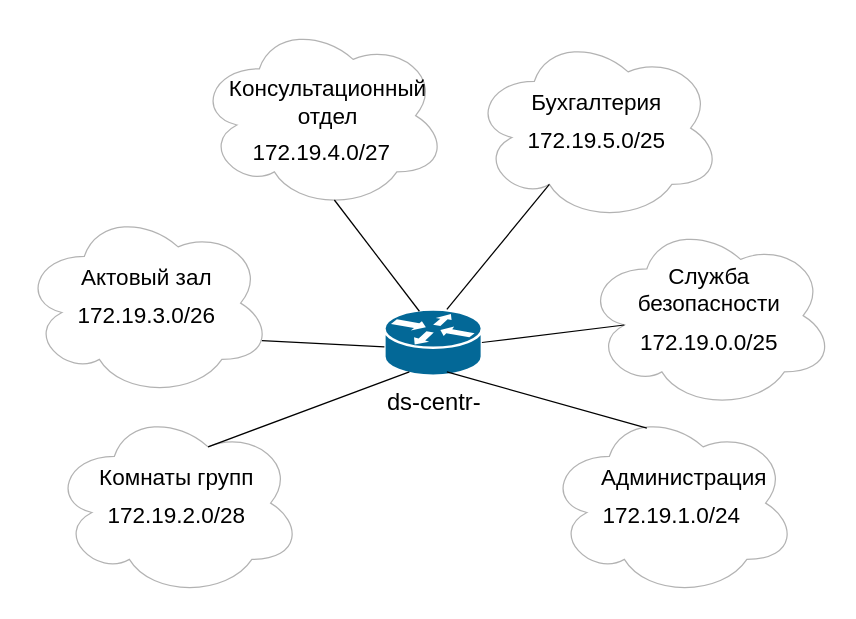
Above: Схема доступа L3.drawio in dibovdmitry/Project (draw.io), before the change. Source tidied: cells renumbered, new cells numbered last; positions are measured from the earlier drawing's top-left corner, leaving out a move shared by most shapes. Both pictures are drawn from the tidied source at 125%, with x=0, y=0 at pixel (21, 21).
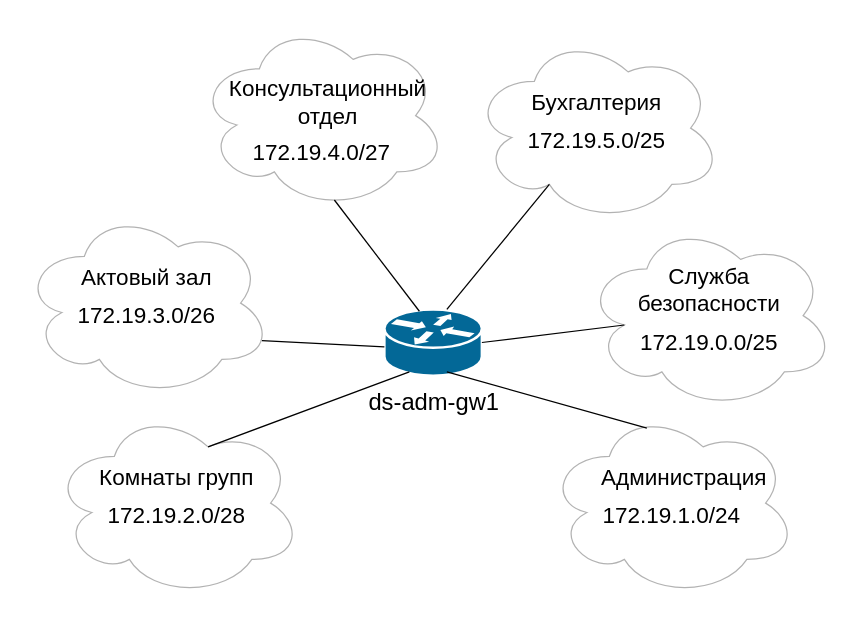
The same page after the edit.

The edit, as a diff of the source:
```diff
@@
-    <mxCell id="27" value="ds-centr-" style="text;html=1;strokeColor=none;fillColor=none;align=center;verticalAlign=middle;whiteSpace=wrap;rounded=0;fontSize=19;" parent="1" vertex="1">
+    <mxCell id="27" value="ds-adm-gw1" style="text;html=1;strokeColor=none;fillColor=none;align=center;verticalAlign=middle;whiteSpace=wrap;rounded=0;fontSize=19;" parent="1" vertex="1">
       <mxGeometry x="270" y="290" width="120" height="30" as="geometry" />
     </mxCell>
```
